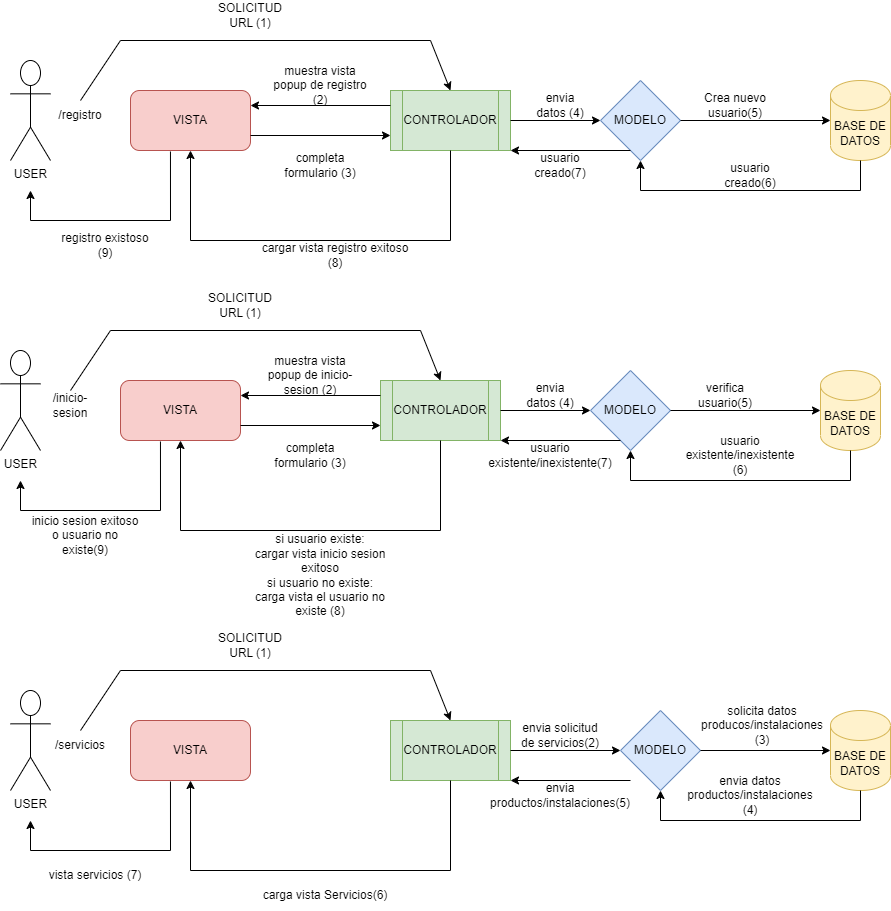
The draw.io diagram Documentation/Diagrama de flujo MVC AMPA.png in NahuelPardo89/Proyecto-FullStack, before a commit. Source tidied: cells renumbered, new cells last; positions are measured from the earlier drawing's top-left corner, leaving out a move shared by most shapes.
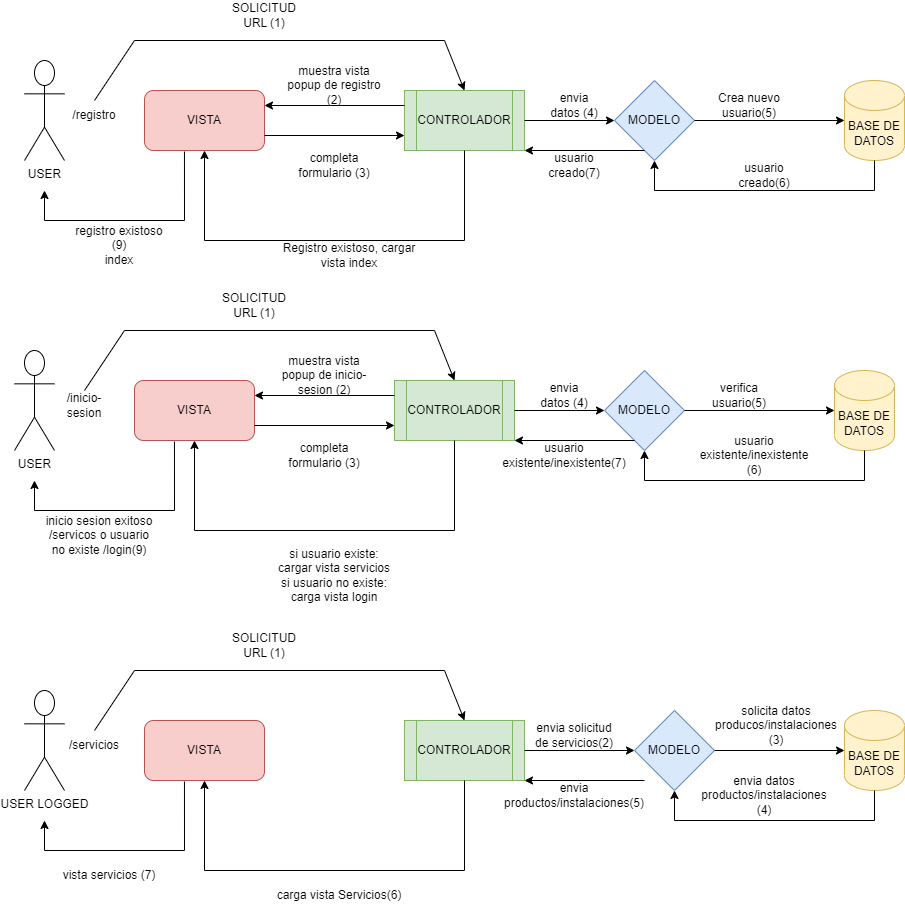
The same diagram one commit later.

The edit, as a diff of the source:
```diff
@@ -82,7 +82,7 @@
         </Array>
       </mxGeometry>
     </mxCell>
-    <mxCell id="23" value="cargar vista registro exitoso (8)" style="text;html=1;strokeColor=none;fillColor=none;align=center;verticalAlign=middle;whiteSpace=wrap;rounded=0;" parent="1" vertex="1">
+    <mxCell id="23" value="Registro existoso, cargar vista index" style="text;html=1;strokeColor=none;fillColor=none;align=center;verticalAlign=middle;whiteSpace=wrap;rounded=0;" parent="1" vertex="1">
       <mxGeometry x="260" y="240" width="150" height="30" as="geometry" />
     </mxCell>
     <mxCell id="24" style="endArrow=classic;html=1;rounded=0;exitX=0.333;exitY=1.017;exitDx=0;exitDy=0;exitPerimeter=0;" parent="1" edge="1" source="4">
@@ -94,7 +94,7 @@
         </Array>
       </mxGeometry>
     </mxCell>
-    <mxCell id="25" value="registro existoso (9)" style="text;html=1;strokeColor=none;fillColor=none;align=center;verticalAlign=middle;whiteSpace=wrap;rounded=0;" parent="1" vertex="1">
+    <mxCell id="25" value="registro existoso (9)&lt;br&gt;index" style="text;html=1;strokeColor=none;fillColor=none;align=center;verticalAlign=middle;whiteSpace=wrap;rounded=0;" parent="1" vertex="1">
       <mxGeometry x="60" y="230" width="90" height="30" as="geometry" />
     </mxCell>
     <mxCell id="26" value="MODELO" style="rhombus;whiteSpace=wrap;html=1;fillColor=#dae8fc;strokeColor=#6c8ebf;" parent="1" vertex="1">
@@ -177,7 +177,7 @@
         </Array>
       </mxGeometry>
     </mxCell>
-    <mxCell id="47" value="si usuario existe:&lt;br&gt;cargar vista inicio sesion exitoso&lt;br&gt;si usuario no existe:&lt;br&gt;carga vista el usuario no existe (8)" style="text;html=1;strokeColor=none;fillColor=none;align=center;verticalAlign=middle;whiteSpace=wrap;rounded=0;" parent="1" vertex="1">
+    <mxCell id="47" value="si usuario existe:&lt;br&gt;cargar vista servicios&lt;br&gt;si usuario no existe:&lt;br&gt;carga vista login" style="text;html=1;strokeColor=none;fillColor=none;align=center;verticalAlign=middle;whiteSpace=wrap;rounded=0;" parent="1" vertex="1">
       <mxGeometry x="245" y="560" width="150" height="30" as="geometry" />
     </mxCell>
     <mxCell id="48" style="endArrow=classic;html=1;rounded=0;exitX=0.333;exitY=1.017;exitDx=0;exitDy=0;exitPerimeter=0;" parent="1" edge="1" source="28">
@@ -189,7 +189,7 @@
         </Array>
       </mxGeometry>
     </mxCell>
-    <mxCell id="49" value="inicio sesion exitoso o usuario no existe(9)" style="text;html=1;strokeColor=none;fillColor=none;align=center;verticalAlign=middle;whiteSpace=wrap;rounded=0;" parent="1" vertex="1">
+    <mxCell id="49" value="inicio sesion exitoso&lt;br&gt;/servicos o usuario no existe /login(9)" style="text;html=1;strokeColor=none;fillColor=none;align=center;verticalAlign=middle;whiteSpace=wrap;rounded=0;" parent="1" vertex="1">
       <mxGeometry x="30" y="520" width="110" height="30" as="geometry" />
     </mxCell>
     <mxCell id="50" value="MODELO" style="rhombus;whiteSpace=wrap;html=1;fillColor=#dae8fc;strokeColor=#6c8ebf;" parent="1" vertex="1">
@@ -201,7 +201,7 @@
     <mxCell id="52" value="VISTA" style="rounded=1;whiteSpace=wrap;html=1;fillColor=#f8cecc;strokeColor=#b85450;" parent="1" vertex="1">
       <mxGeometry x="130" y="720" width="120" height="60" as="geometry" />
     </mxCell>
-    <mxCell id="53" value="USER" style="shape=umlActor;verticalLabelPosition=bottom;verticalAlign=top;html=1;" parent="1" vertex="1">
+    <mxCell id="53" value="USER LOGGED" style="shape=umlActor;verticalLabelPosition=bottom;verticalAlign=top;html=1;" parent="1" vertex="1">
       <mxGeometry x="10" y="690" width="40" height="100" as="geometry" />
     </mxCell>
     <mxCell id="54" value="BASE DE DATOS" style="shape=cylinder3;whiteSpace=wrap;html=1;boundedLbl=1;backgroundOutline=1;size=15;fillColor=#fff2cc;strokeColor=#d6b656;" parent="1" vertex="1">
```
